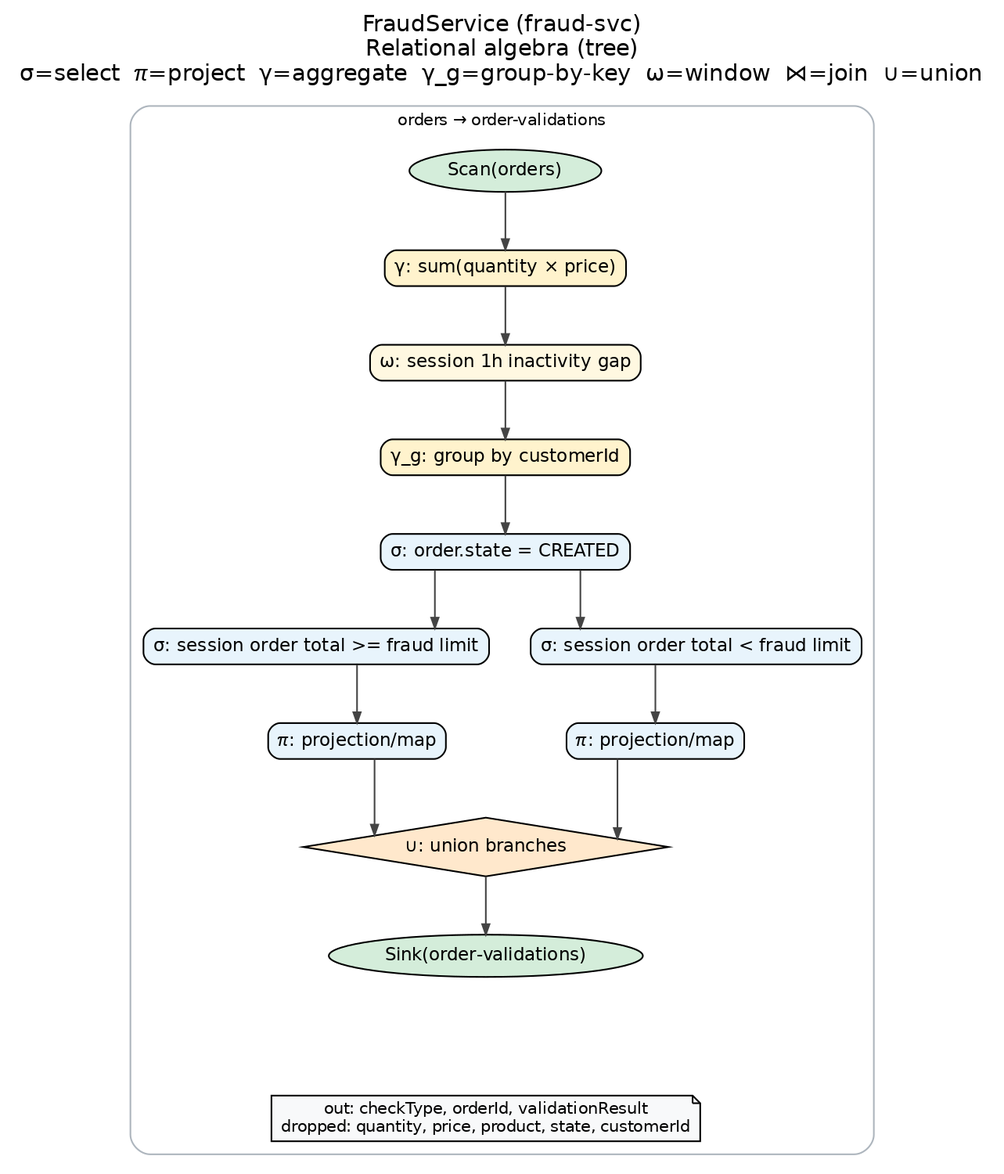
Above: docs/difc-ra-diagrams/fraud-svc-ra-flow.png in Coder2002-MSAdithya/kafka-streams-examples (Graphviz), before the change. Its source is kept beside it as docs/difc-ra-diagrams/fraud-svc-ra-flow.dot.
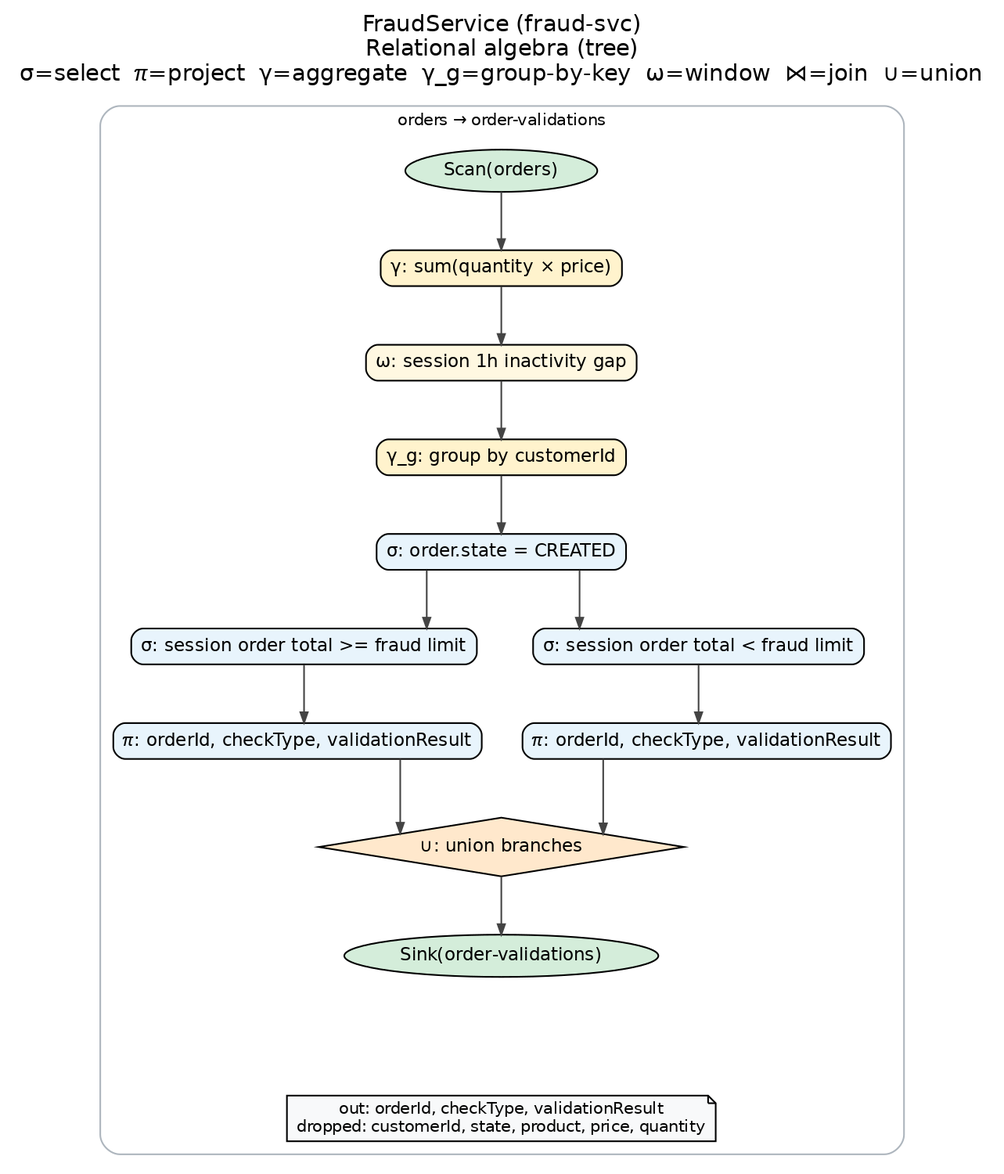
The same diagram one commit later.

Change to the diagram source:
```diff
@@ -9,7 +9,7 @@
     label="orders → order-validations"; style=rounded; color="#adb5bd"; fontsize=10;
     p0_sink_order_validations [label="Sink(order-validations)", shape=ellipse, style="filled", fillcolor="#d4edda"];
     p0_union_1 [label="∪: union branches", shape=diamond, style="filled", fillcolor="#ffe8cc"];
-    p0_pi_mapvalues_2 [label="π: projection/map", shape=box, style="rounded,filled", fillcolor="#e8f4fc"];
+    p0_pi_orderid_2 [label="π: orderId, checkType, validationResult", shape=box, style="rounded,filled", fillcolor="#e8f4fc"];
     p0_sigma_session_order_to_3 [label="σ: session order total >= fraud limit", shape=box, style="rounded,filled", fillcolor="#e8f4fc"];
     p0_sigma_order_state_crea_4 [label="σ: order.state = CREATED", shape=box, style="rounded,filled", fillcolor="#e8f4fc"];
     p0_group_customerid [label="γ_g: group by customerId", shape=box, style="rounded,filled", fillcolor="#fff3cd"];
@@ -21,19 +21,19 @@
     p0_window_6 -> p0_group_customerid;
     p0_group_customerid -> p0_sigma_order_state_crea_4;
     p0_sigma_order_state_crea_4 -> p0_sigma_session_order_to_3;
-    p0_sigma_session_order_to_3 -> p0_pi_mapvalues_2;
-    p0_pi_mapvalues_2 -> p0_union_1;
-    p0_pi_mapvalues_8 [label="π: projection/map", shape=box, style="rounded,filled", fillcolor="#e8f4fc"];
+    p0_sigma_session_order_to_3 -> p0_pi_orderid_2;
+    p0_pi_orderid_2 -> p0_union_1;
+    p0_pi_orderid_8 [label="π: orderId, checkType, validationResult", shape=box, style="rounded,filled", fillcolor="#e8f4fc"];
     p0_sigma_session_order_to_9 [label="σ: session order total < fraud limit", shape=box, style="rounded,filled", fillcolor="#e8f4fc"];
     p0_sigma_order_state_crea_4 -> p0_sigma_session_order_to_9;
-    p0_sigma_session_order_to_9 -> p0_pi_mapvalues_8;
-    p0_pi_mapvalues_8 -> p0_union_1;
-    { rank=same; p0_pi_mapvalues_2; p0_pi_mapvalues_8; }
+    p0_sigma_session_order_to_9 -> p0_pi_orderid_8;
+    p0_pi_orderid_8 -> p0_union_1;
+    { rank=same; p0_pi_orderid_2; p0_pi_orderid_8; }
     p0_union_1 -> p0_sink_order_validations;
     r0anchor [style=invis, width=0, height=0, label=""];
     p0_sink_order_validations -> r0anchor [style=invis];
     r0anchor -> r0note [style=invis];
-    r0note [label="out: checkType, orderId, validationResult\ndropped: quantity, price, product, state, customerId", shape=note, fillcolor="#f8f9fa", fontsize=10];
+    r0note [label="out: orderId, checkType, validationResult\ndropped: customerId, state, product, price, quantity", shape=note, fillcolor="#f8f9fa", fontsize=10];
     { rank=max; r0note; }
   }
 }
```
